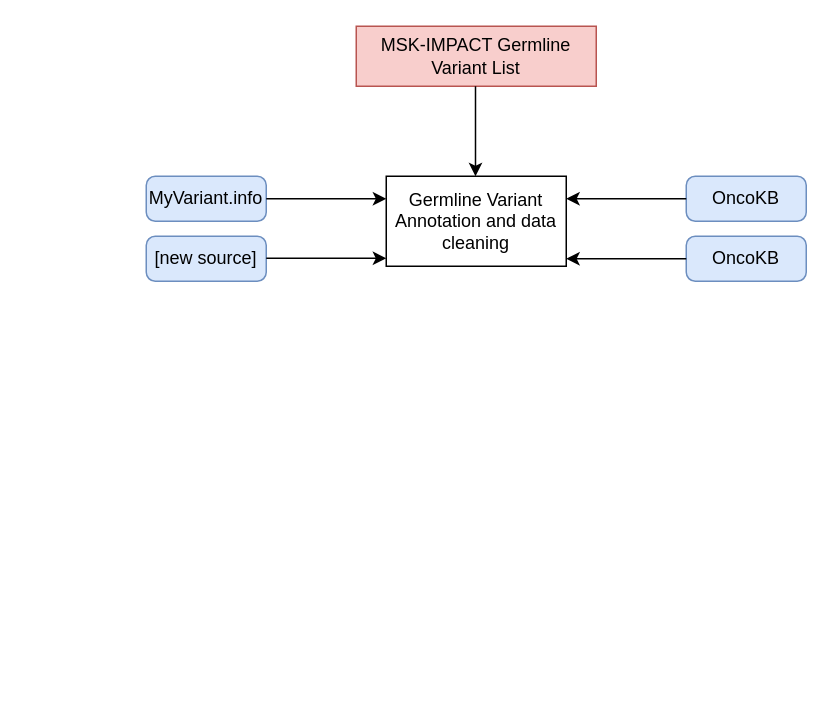
Before: gpcw.drawio in TaykhoomDalal/GPCWorkflow, a draw.io diagram. Source tidied: cells renumbered, new cells numbered last; positions are measured from the earlier drawing's top-left corner, leaving out a move shared by most shapes. Both pictures are drawn from the tidied source at 150%, with x=0, y=0 at pixel (26, 26).
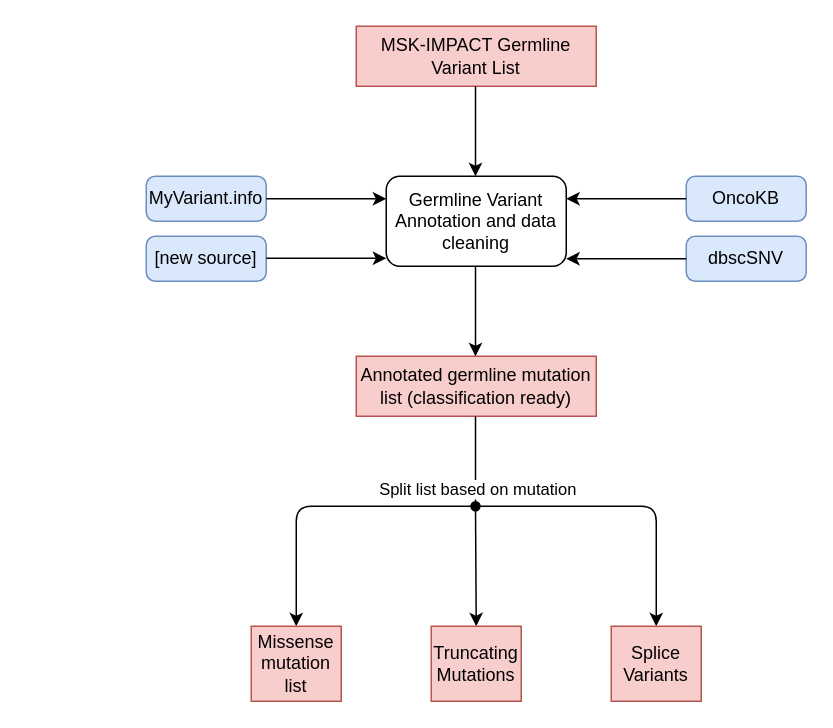
The same diagram, later.

Commit message (it also covers changes not shown here):
expanding workflow

The change refers to these unchanged cells:
```xml
<mxCell id="2" style="group;" parent="1" vertex="1">
  <mxGeometry x="220" width="160" height="160" as="geometry" />
</mxCell>
```

Change to the diagram source:
```diff
@@
-    <mxCell id="5" value="Germline Variant Annotation and data cleaning" style="rounded=0;whiteSpace=wrap;html=1;" parent="2" vertex="1">
+    <mxCell id="5" value="Germline Variant Annotation and data cleaning" style="rounded=1;whiteSpace=wrap;html=1;" parent="2" vertex="1">
       <mxGeometry x="20" y="100" width="120" height="60" as="geometry" />
     </mxCell>
@@
-    <mxCell id="10" value="OncoKB" style="rounded=1;whiteSpace=wrap;html=1;arcSize=20;fillColor=#dae8fc;strokeColor=#6c8ebf;" parent="1" vertex="1">
+    <mxCell id="10" value="dbscSNV" style="rounded=1;whiteSpace=wrap;html=1;arcSize=20;fillColor=#dae8fc;strokeColor=#6c8ebf;" parent="1" vertex="1">
       <mxGeometry x="440" y="140" width="80" height="30" as="geometry" />
     </mxCell>
@@
+    <mxCell id="15" value="Annotated germline mutation list (classification ready)" style="rounded=0;whiteSpace=wrap;html=1;fillColor=#f8cecc;strokeColor=#b85450;" parent="1" vertex="1">
+      <mxGeometry x="220" y="220" width="160" height="40" as="geometry" />
+    </mxCell>
+    <mxCell id="16" style="endArrow=oval;html=1;rounded=1;endFill=1;" parent="1" edge="1">
+      <mxGeometry relative="1" as="geometry">
+        <mxPoint x="299.5" y="260" as="sourcePoint" />
+        <mxPoint x="299.5" y="320" as="targetPoint" />
+      </mxGeometry>
+    </mxCell>
+    <mxCell id="17" value="Split list based on mutation" style="edgeLabel;html=1;align=center;verticalAlign=middle;" parent="16" vertex="1">
+      <mxGeometry x="0.6" y="1" relative="1" as="geometry" />
+    </mxCell>
+    <mxCell id="18" style="endArrow=classic;html=1;" parent="1" edge="1">
+      <mxGeometry relative="1" as="geometry">
+        <mxPoint x="299.5" y="160" as="sourcePoint" />
+        <mxPoint x="299.5" y="220" as="targetPoint" />
+      </mxGeometry>
+    </mxCell>
+    <mxCell id="19" style="endArrow=classic;html=1;edgeStyle=orthogonalEdgeStyle;" parent="1" edge="1">
+      <mxGeometry relative="1" as="geometry">
+        <mxPoint x="300" y="320" as="sourcePoint" />
+        <mxPoint x="180" y="400" as="targetPoint" />
+        <Array as="points">
+          <mxPoint x="180" y="320" />
+          <mxPoint x="180" y="360" />
+        </Array>
+      </mxGeometry>
+    </mxCell>
+    <mxCell id="20" style="endArrow=classic;html=1;" parent="1" edge="1">
+      <mxGeometry relative="1" as="geometry">
+        <mxPoint x="299.5" y="320" as="sourcePoint" />
+        <mxPoint x="300" y="400" as="targetPoint" />
+      </mxGeometry>
+    </mxCell>
+    <mxCell id="21" style="endArrow=classic;html=1;edgeStyle=orthogonalEdgeStyle;" parent="1" edge="1">
+      <mxGeometry relative="1" as="geometry">
+        <mxPoint x="300" y="320" as="sourcePoint" />
+        <mxPoint x="420" y="400" as="targetPoint" />
+        <Array as="points">
+          <mxPoint x="420" y="320" />
+          <mxPoint x="420" y="360" />
+        </Array>
+      </mxGeometry>
+    </mxCell>
+    <mxCell id="22" value="Missense mutation list" style="rounded=0;whiteSpace=wrap;html=1;fillColor=#f8cecc;strokeColor=#b85450;" parent="1" vertex="1">
+      <mxGeometry x="150" y="400" width="60" height="50" as="geometry" />
+    </mxCell>
+    <mxCell id="23" value="Truncating Mutations" style="rounded=0;whiteSpace=wrap;html=1;fillColor=#f8cecc;strokeColor=#b85450;" parent="1" vertex="1">
+      <mxGeometry x="270" y="400" width="60" height="50" as="geometry" />
+    </mxCell>
+    <mxCell id="24" value="Splice Variants" style="rounded=0;whiteSpace=wrap;html=1;fillColor=#f8cecc;strokeColor=#b85450;" parent="1" vertex="1">
+      <mxGeometry x="390" y="400" width="60" height="50" as="geometry" />
+    </mxCell>
```
